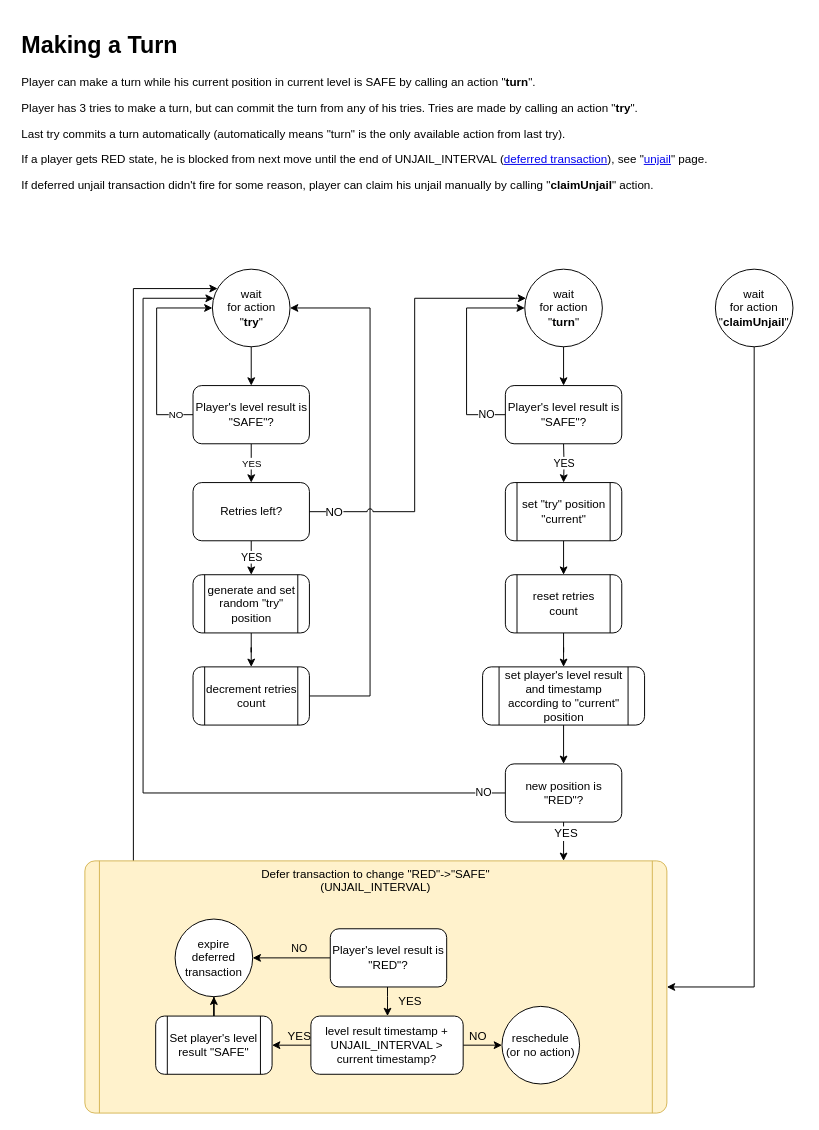
Earlier version of the draw.io diagram page "turn" (5 of 14) of ia/WOFFLER IA.drawio (cptn-solo/woffler_contract). Source tidied: cells renumbered, new cells numbered last; positions are measured from the earlier drawing's top-left corner, leaving out a move shared by most shapes. Both pictures are drawn from the tidied source at 97%, with x=0, y=0 at pixel (16, 26).
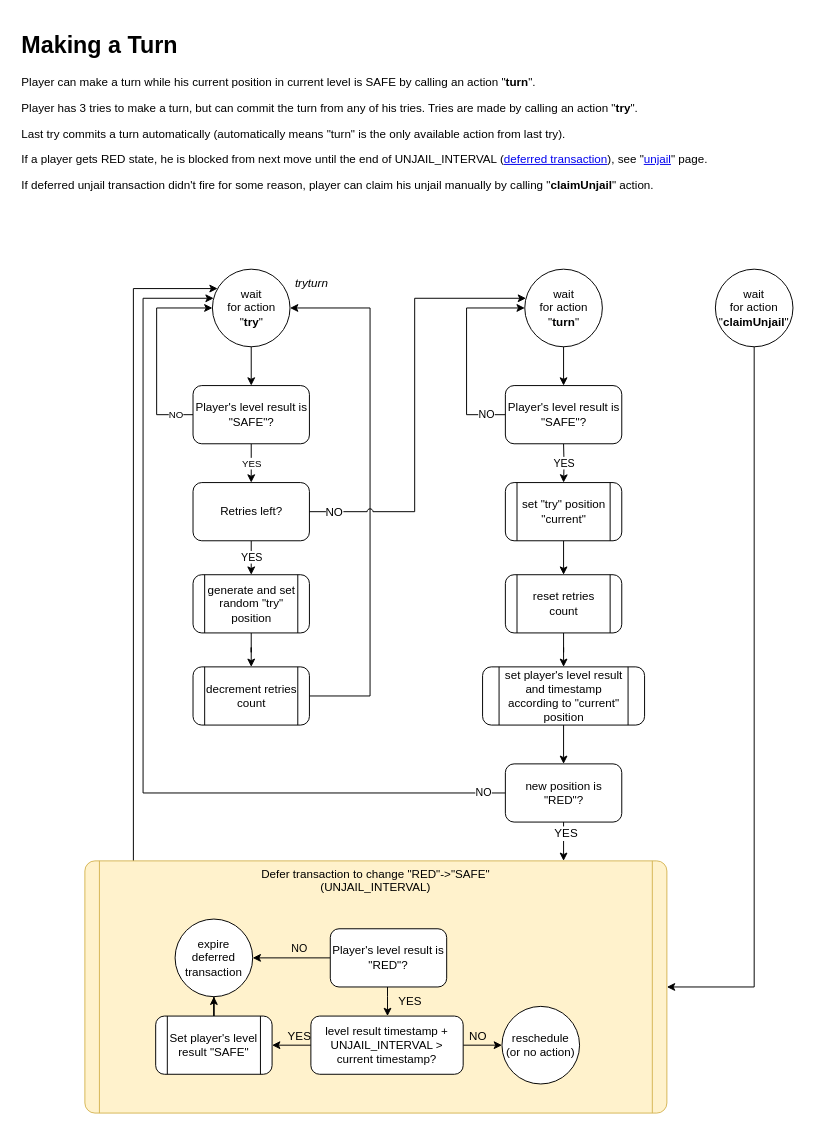
Above is the later version.

What changed in the source:
```diff
@@
+    <mxCell id="48" value="&lt;div&gt;&lt;span&gt;&lt;i&gt;tryturn&lt;/i&gt;&lt;/span&gt;&lt;/div&gt;" style="text;html=1;align=left;verticalAlign=top;spacingTop=-4;" parent="1" vertex="1">
+      <mxGeometry x="285" y="255" width="50" height="20" as="geometry" />
+    </mxCell>
```
